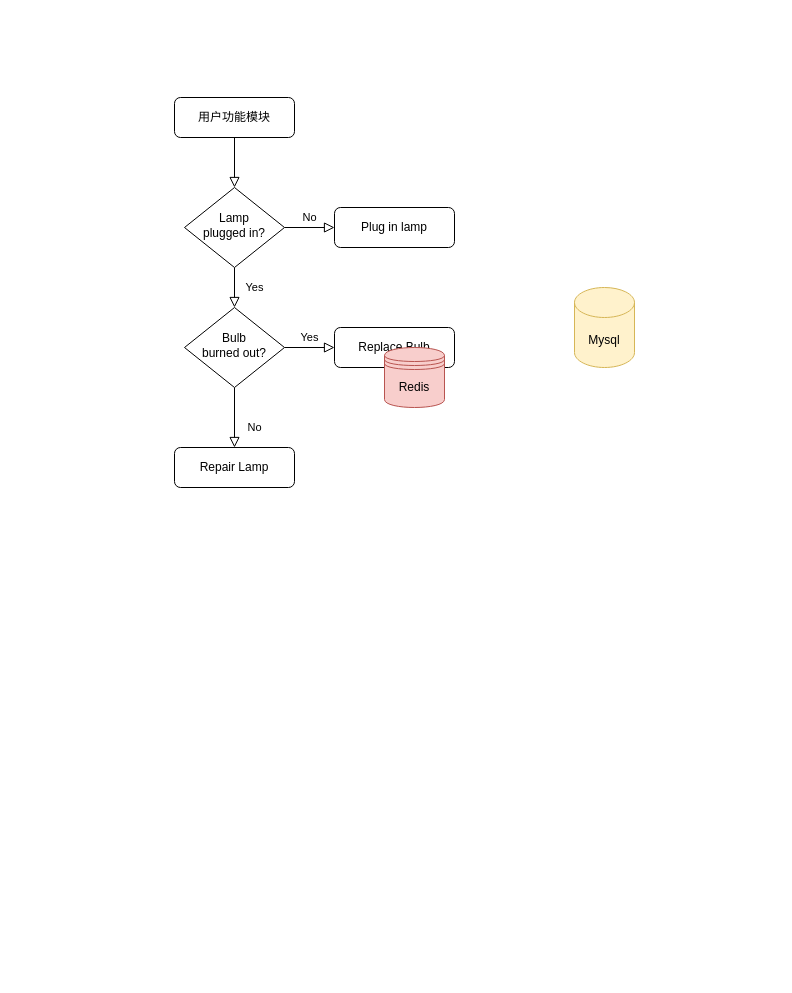
Pandaxia8/Test keeps this draw.io diagram as 短链接系统.drawio. Above is the earlier version. Source tidied: cells renumbered, new cells numbered last; positions are measured from the earlier drawing's top-left corner, leaving out a move shared by most shapes. Both pictures are drawn from the tidied source at 100%, with x=0, y=0 at pixel (174, 97).
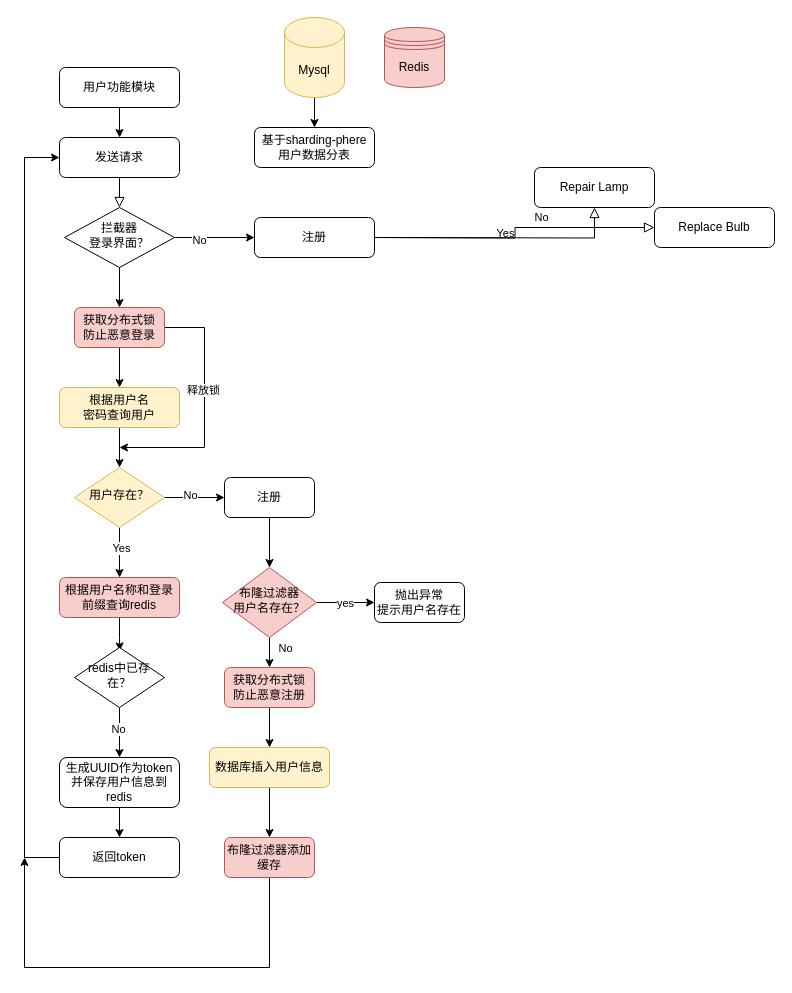
After the change.

Commit message (it also covers changes not shown here):
更新短链接系统.drawio

The edit, as a diff of the source:
```diff
@@
-    <mxCell id="3" value="用户功能模块" style="rounded=1;whiteSpace=wrap;html=1;fontSize=12;glass=0;strokeWidth=1;shadow=0;" parent="1" vertex="1">
-      <mxGeometry width="120" height="40" as="geometry" />
+    <mxCell id="3" value="发送请求" style="rounded=1;whiteSpace=wrap;html=1;fontSize=12;glass=0;strokeWidth=1;shadow=0;" parent="1" vertex="1">
+      <mxGeometry x="-115" y="40" width="120" height="40" as="geometry" />
     </mxCell>
-    <mxCell id="4" value="Yes" style="rounded=0;html=1;jettySize=auto;fontSize=11;endArrow=block;endFill=0;endSize=8;strokeWidth=1;shadow=0;labelBackgroundColor=none;edgeStyle=orthogonalEdgeStyle;" parent="1" edge="1" source="6" target="10">
-      <mxGeometry y="20" relative="1" as="geometry" />
-    </mxCell>
-    <mxCell id="5" value="No" style="edgeStyle=orthogonalEdgeStyle;rounded=0;html=1;jettySize=auto;fontSize=11;endArrow=block;endFill=0;endSize=8;strokeWidth=1;shadow=0;labelBackgroundColor=none;" parent="1" edge="1" source="6" target="7">
-      <mxGeometry y="10" relative="1" as="geometry" />
-    </mxCell>
+    <mxCell id="15" style="edgeStyle=orthogonalEdgeStyle;rounded=0;jettySize=auto;html=1;" parent="1" edge="1" source="6" target="38">
+      <mxGeometry relative="1" as="geometry" />
+    </mxCell>
+    <mxCell id="16" value="No" style="edgeLabel;html=1;align=center;verticalAlign=middle;" parent="15" vertex="1">
+      <mxGeometry x="-0.39" y="-2" relative="1" as="geometry" />
+    </mxCell>
+    <mxCell id="17" style="edgeStyle=orthogonalEdgeStyle;rounded=0;jettySize=auto;html=1;" parent="1" edge="1" source="6" target="50">
+      <mxGeometry relative="1" as="geometry" />
+    </mxCell>
-    <mxCell id="6" value="Lamp&lt;br&gt;plugged in?" style="rhombus;whiteSpace=wrap;html=1;shadow=0;fontFamily=Helvetica;fontSize=12;align=center;strokeWidth=1;spacing=6;spacingTop=-4;" parent="1" vertex="1">
-      <mxGeometry x="10" y="90" width="100" height="80" as="geometry" />
+    <mxCell id="6" value="拦截器&lt;br&gt;登录界面？" style="rhombus;whiteSpace=wrap;html=1;shadow=0;fontFamily=Helvetica;fontSize=12;align=center;strokeWidth=1;spacing=6;spacingTop=-4;" parent="1" vertex="1">
+      <mxGeometry x="-110" y="110" width="110" height="60" as="geometry" />
     </mxCell>
+    <mxCell id="18" style="edgeStyle=orthogonalEdgeStyle;rounded=0;jettySize=auto;html=1;" parent="1" edge="1" source="7" target="26">
+      <mxGeometry relative="1" as="geometry" />
+    </mxCell>
-    <mxCell id="7" value="Plug in lamp" style="rounded=1;whiteSpace=wrap;html=1;fontSize=12;glass=0;strokeWidth=1;shadow=0;" parent="1" vertex="1">
-      <mxGeometry x="160" y="110" width="120" height="40" as="geometry" />
+    <mxCell id="7" value="根据用户名&lt;br&gt;密码查询用户" style="rounded=1;whiteSpace=wrap;html=1;fontSize=12;glass=0;strokeWidth=1;shadow=0;fillColor=#fff2cc;strokeColor=#d6b656;" parent="1" vertex="1">
+      <mxGeometry x="-115" y="290" width="120" height="40" as="geometry" />
     </mxCell>
-    <mxCell id="8" value="No" style="rounded=0;html=1;jettySize=auto;fontSize=11;endArrow=block;endFill=0;endSize=8;strokeWidth=1;shadow=0;labelBackgroundColor=none;edgeStyle=orthogonalEdgeStyle;" parent="1" edge="1" source="10" target="11">
-      <mxGeometry x="0.33" y="20" relative="1" as="geometry" />
+    <mxCell id="8" value="No" style="rounded=0;html=1;jettySize=auto;fontSize=11;endArrow=block;endFill=0;endSize=8;strokeWidth=1;shadow=0;labelBackgroundColor=none;edgeStyle=orthogonalEdgeStyle;" parent="1" edge="1" target="11">
+      <mxGeometry x="0.33" y="20" relative="1" as="geometry">
+        <mxPoint x="200" y="140" as="sourcePoint" />
+      </mxGeometry>
     </mxCell>
-    <mxCell id="9" value="Yes" style="edgeStyle=orthogonalEdgeStyle;rounded=0;html=1;jettySize=auto;fontSize=11;endArrow=block;endFill=0;endSize=8;strokeWidth=1;shadow=0;labelBackgroundColor=none;" parent="1" edge="1" source="10" target="12">
-      <mxGeometry y="10" relative="1" as="geometry" />
+    <mxCell id="9" value="Yes" style="edgeStyle=orthogonalEdgeStyle;rounded=0;html=1;jettySize=auto;fontSize=11;endArrow=block;endFill=0;endSize=8;strokeWidth=1;shadow=0;labelBackgroundColor=none;" parent="1" edge="1" target="12">
+      <mxGeometry y="10" relative="1" as="geometry">
+        <mxPoint x="200" y="140" as="sourcePoint" />
+      </mxGeometry>
     </mxCell>
-    <mxCell id="10" value="Bulb&lt;br&gt;burned out?" style="rhombus;whiteSpace=wrap;html=1;shadow=0;fontFamily=Helvetica;fontSize=12;align=center;strokeWidth=1;spacing=6;spacingTop=-4;" parent="1" vertex="1">
-      <mxGeometry x="10" y="210" width="100" height="80" as="geometry" />
-    </mxCell>
     <mxCell id="11" value="Repair Lamp" style="rounded=1;whiteSpace=wrap;html=1;fontSize=12;glass=0;strokeWidth=1;shadow=0;" parent="1" vertex="1">
-      <mxGeometry y="350" width="120" height="40" as="geometry" />
+      <mxGeometry x="360" y="70" width="120" height="40" as="geometry" />
     </mxCell>
     <mxCell id="12" value="Replace Bulb" style="rounded=1;whiteSpace=wrap;html=1;fontSize=12;glass=0;strokeWidth=1;shadow=0;" parent="1" vertex="1">
-      <mxGeometry x="160" y="230" width="120" height="40" as="geometry" />
+      <mxGeometry x="480" y="110" width="120" height="40" as="geometry" />
     </mxCell>
+    <mxCell id="19" style="edgeStyle=orthogonalEdgeStyle;rounded=0;jettySize=auto;html=1;" parent="1" edge="1" source="13" target="20">
+      <mxGeometry relative="1" as="geometry" />
+    </mxCell>
     <mxCell id="13" value="Mysql" style="shape=cylinder3;whiteSpace=wrap;html=1;boundedLbl=1;backgroundOutline=1;size=15;fillColor=#fff2cc;strokeColor=#d6b656;" parent="1" vertex="1">
-      <mxGeometry x="400" y="190" width="60" height="80" as="geometry" />
+      <mxGeometry x="110" y="-80" width="60" height="80" as="geometry" />
     </mxCell>
     <mxCell id="14" value="Redis" style="shape=datastore;whiteSpace=wrap;html=1;fillColor=#f8cecc;strokeColor=#b85450;" parent="1" vertex="1">
-      <mxGeometry x="210" y="250" width="60" height="60" as="geometry" />
+      <mxGeometry x="210" y="-70" width="60" height="60" as="geometry" />
     </mxCell>
+    <mxCell id="20" value="基于sharding-phere&lt;br&gt;用户数据分表" style="whiteSpace=wrap;html=1;rounded=1;" parent="1" vertex="1">
+      <mxGeometry x="80" y="30" width="120" height="40" as="geometry" />
+    </mxCell>
+    <mxCell id="21" style="edgeStyle=orthogonalEdgeStyle;rounded=0;jettySize=auto;html=1;" parent="1" edge="1" source="22" target="3">
+      <mxGeometry relative="1" as="geometry" />
+    </mxCell>
+    <mxCell id="22" value="用户功能模块" style="rounded=1;whiteSpace=wrap;html=1;fontSize=12;glass=0;strokeWidth=1;shadow=0;" parent="1" vertex="1">
+      <mxGeometry x="-115" y="-30" width="120" height="40" as="geometry" />
+    </mxCell>
+    <mxCell id="23" style="edgeStyle=orthogonalEdgeStyle;rounded=0;jettySize=auto;html=1;entryX=0;entryY=0.5;entryDx=0;entryDy=0;exitX=1;exitY=0.5;exitDx=0;exitDy=0;" parent="1" edge="1" source="26" target="28">
+      <mxGeometry relative="1" as="geometry" />
+    </mxCell>
+    <mxCell id="24" value="No" style="edgeLabel;html=1;align=center;verticalAlign=middle;" parent="23" vertex="1">
+      <mxGeometry x="-0.16" y="3" relative="1" as="geometry" />
+    </mxCell>
+    <mxCell id="25" style="edgeStyle=orthogonalEdgeStyle;rounded=0;jettySize=auto;html=1;entryX=0.5;entryY=0;entryDx=0;entryDy=0;" parent="1" edge="1" source="26" target="30">
+      <mxGeometry relative="1" as="geometry" />
+    </mxCell>
+    <mxCell id="4" value="Yes" style="edgeLabel;html=1;align=center;verticalAlign=middle;" parent="25" vertex="1">
+      <mxGeometry x="-0.19" y="1" relative="1" as="geometry" />
+    </mxCell>
+    <mxCell id="26" value="用户存在？" style="rhombus;whiteSpace=wrap;html=1;shadow=0;fontFamily=Helvetica;fontSize=12;align=center;strokeWidth=1;spacing=6;spacingTop=-4;fillColor=#fff2cc;strokeColor=#d6b656;" parent="1" vertex="1">
+      <mxGeometry x="-100" y="370" width="90" height="60" as="geometry" />
+    </mxCell>
+    <mxCell id="27" style="edgeStyle=orthogonalEdgeStyle;rounded=0;jettySize=auto;html=1;" parent="1" edge="1" source="28" target="43">
+      <mxGeometry relative="1" as="geometry">
+        <Array as="points">
+          <mxPoint x="95" y="500" />
+          <mxPoint x="93" y="500" />
+        </Array>
+      </mxGeometry>
+    </mxCell>
+    <mxCell id="28" value="注册" style="rounded=1;whiteSpace=wrap;html=1;fontSize=12;glass=0;strokeWidth=1;shadow=0;" parent="1" vertex="1">
+      <mxGeometry x="50" y="380" width="90" height="40" as="geometry" />
+    </mxCell>
+    <mxCell id="29" style="edgeStyle=orthogonalEdgeStyle;rounded=0;jettySize=auto;html=1;entryX=0.503;entryY=0.057;entryDx=0;entryDy=0;entryPerimeter=0;" parent="1" edge="1" source="30" target="33">
+      <mxGeometry relative="1" as="geometry" />
+    </mxCell>
+    <mxCell id="30" value="根据用户名称和登录前缀查询redis" style="rounded=1;whiteSpace=wrap;html=1;fontSize=12;glass=0;strokeWidth=1;shadow=0;fillColor=#f8cecc;strokeColor=#b85450;" parent="1" vertex="1">
+      <mxGeometry x="-115" y="480" width="120" height="40" as="geometry" />
+    </mxCell>
+    <mxCell id="31" style="edgeStyle=orthogonalEdgeStyle;rounded=0;jettySize=auto;html=1;" parent="1" edge="1" source="33" target="35">
+      <mxGeometry relative="1" as="geometry" />
+    </mxCell>
+    <mxCell id="32" value="No" style="edgeLabel;html=1;align=center;verticalAlign=middle;" parent="31" vertex="1">
+      <mxGeometry x="-0.17" y="-2" relative="1" as="geometry" />
+    </mxCell>
+    <mxCell id="33" value="redis中已存在？" style="rhombus;whiteSpace=wrap;html=1;shadow=0;fontFamily=Helvetica;fontSize=12;align=center;strokeWidth=1;spacing=6;spacingTop=-4;" parent="1" vertex="1">
+      <mxGeometry x="-100" y="550" width="90" height="60" as="geometry" />
+    </mxCell>
+    <mxCell id="34" style="edgeStyle=orthogonalEdgeStyle;rounded=0;jettySize=auto;html=1;" parent="1" edge="1" source="35" target="37">
+      <mxGeometry relative="1" as="geometry" />
+    </mxCell>
+    <mxCell id="35" value="生成UUID作为token&lt;br&gt;并保存用户信息到redis" style="rounded=1;whiteSpace=wrap;html=1;fontSize=12;glass=0;strokeWidth=1;shadow=0;" parent="1" vertex="1">
+      <mxGeometry x="-115" y="660" width="120" height="50" as="geometry" />
+    </mxCell>
+    <mxCell id="36" style="edgeStyle=orthogonalEdgeStyle;rounded=0;jettySize=auto;html=1;exitX=0;exitY=0.5;exitDx=0;exitDy=0;entryX=0;entryY=0.5;entryDx=0;entryDy=0;" parent="1" edge="1" source="37" target="3">
+      <mxGeometry relative="1" as="geometry">
+        <Array as="points">
+          <mxPoint x="-150" y="760" />
+          <mxPoint x="-150" y="60" />
+        </Array>
+      </mxGeometry>
+    </mxCell>
+    <mxCell id="37" value="返回token" style="rounded=1;whiteSpace=wrap;html=1;fontSize=12;glass=0;strokeWidth=1;shadow=0;" parent="1" vertex="1">
+      <mxGeometry x="-115" y="740" width="120" height="40" as="geometry" />
+    </mxCell>
+    <mxCell id="38" value="注册" style="rounded=1;whiteSpace=wrap;html=1;fontSize=12;glass=0;strokeWidth=1;shadow=0;" parent="1" vertex="1">
+      <mxGeometry x="80" y="120" width="120" height="40" as="geometry" />
+    </mxCell>
+    <mxCell id="39" style="edgeStyle=orthogonalEdgeStyle;rounded=0;jettySize=auto;html=1;" parent="1" edge="1" source="43" target="44">
+      <mxGeometry relative="1" as="geometry" />
+    </mxCell>
+    <mxCell id="40" value="yes" style="edgeLabel;html=1;align=center;verticalAlign=middle;" parent="39" vertex="1">
+      <mxGeometry x="-0.47" y="2" relative="1" as="geometry">
+        <mxPoint x="13" y="2" as="offset" />
+      </mxGeometry>
+    </mxCell>
+    <mxCell id="41" style="edgeStyle=orthogonalEdgeStyle;rounded=0;jettySize=auto;html=1;" parent="1" edge="1" source="43" target="46">
+      <mxGeometry relative="1" as="geometry" />
+    </mxCell>
+    <mxCell id="42" value="No" style="edgeLabel;html=1;align=center;verticalAlign=middle;" parent="41" vertex="1">
+      <mxGeometry x="0.33" y="-1" relative="1" as="geometry">
+        <mxPoint x="16" y="-3" as="offset" />
+      </mxGeometry>
+    </mxCell>
+    <mxCell id="43" value="布隆过滤器&lt;br&gt;用户名存在？" style="rhombus;whiteSpace=wrap;html=1;shadow=0;fontFamily=Helvetica;fontSize=12;align=center;strokeWidth=1;spacing=6;spacingTop=-4;fillColor=#f8cecc;strokeColor=#b85450;" parent="1" vertex="1">
+      <mxGeometry x="48" y="470" width="94" height="70" as="geometry" />
+    </mxCell>
+    <mxCell id="44" value="抛出异常&lt;br&gt;提示用户名存在" style="rounded=1;whiteSpace=wrap;html=1;fontSize=12;glass=0;strokeWidth=1;shadow=0;" parent="1" vertex="1">
+      <mxGeometry x="200" y="485" width="90" height="40" as="geometry" />
+    </mxCell>
+    <mxCell id="45" style="edgeStyle=orthogonalEdgeStyle;rounded=0;jettySize=auto;html=1;" parent="1" edge="1" source="46" target="52">
+      <mxGeometry relative="1" as="geometry" />
+    </mxCell>
+    <mxCell id="46" value="获取分布式锁&lt;br&gt;防止恶意注册" style="rounded=1;whiteSpace=wrap;html=1;fontSize=12;glass=0;strokeWidth=1;shadow=0;fillColor=#f8cecc;strokeColor=#b85450;" parent="1" vertex="1">
+      <mxGeometry x="50" y="570" width="90" height="40" as="geometry" />
+    </mxCell>
+    <mxCell id="47" style="edgeStyle=orthogonalEdgeStyle;rounded=0;jettySize=auto;html=1;" parent="1" edge="1" source="50" target="7">
+      <mxGeometry relative="1" as="geometry" />
+    </mxCell>
+    <mxCell id="48" style="edgeStyle=orthogonalEdgeStyle;rounded=0;jettySize=auto;html=1;exitX=1;exitY=0.5;exitDx=0;exitDy=0;" parent="1" edge="1" source="50">
+      <mxGeometry relative="1" as="geometry">
+        <mxPoint x="-55" y="350" as="targetPoint" />
+        <Array as="points">
+          <mxPoint x="30" y="230" />
+          <mxPoint x="30" y="350" />
+        </Array>
+      </mxGeometry>
+    </mxCell>
+    <mxCell id="49" value="释放锁" style="edgeLabel;html=1;align=center;verticalAlign=middle;" parent="48" vertex="1">
+      <mxGeometry x="-0.17" y="-2" relative="1" as="geometry" />
+    </mxCell>
+    <mxCell id="50" value="获取分布式锁&lt;br&gt;防止恶意登录" style="rounded=1;whiteSpace=wrap;html=1;fontSize=12;glass=0;strokeWidth=1;shadow=0;fillColor=#f8cecc;strokeColor=#b85450;" parent="1" vertex="1">
+      <mxGeometry x="-100" y="210" width="90" height="40" as="geometry" />
+    </mxCell>
+    <mxCell id="51" style="edgeStyle=orthogonalEdgeStyle;rounded=0;jettySize=auto;html=1;" parent="1" edge="1" source="52" target="54">
+      <mxGeometry relative="1" as="geometry" />
+    </mxCell>
+    <mxCell id="52" value="数据库插入用户信息" style="rounded=1;whiteSpace=wrap;html=1;fontSize=12;glass=0;strokeWidth=1;shadow=0;fillColor=#fff2cc;strokeColor=#d6b656;" parent="1" vertex="1">
+      <mxGeometry x="35" y="650" width="120" height="40" as="geometry" />
+    </mxCell>
+    <mxCell id="53" style="edgeStyle=orthogonalEdgeStyle;rounded=0;jettySize=auto;html=1;exitX=0.5;exitY=1;exitDx=0;exitDy=0;" parent="1" edge="1" source="54">
+      <mxGeometry relative="1" as="geometry">
+        <mxPoint x="-150" y="760" as="targetPoint" />
+        <Array as="points">
+          <mxPoint x="95" y="870" />
+          <mxPoint x="-150" y="870" />
+        </Array>
+      </mxGeometry>
+    </mxCell>
+    <mxCell id="54" value="布隆过滤器添加缓存" style="rounded=1;whiteSpace=wrap;html=1;fontSize=12;glass=0;strokeWidth=1;shadow=0;fillColor=#f8cecc;strokeColor=#b85450;" parent="1" vertex="1">
+      <mxGeometry x="50" y="740" width="90" height="40" as="geometry" />
+    </mxCell>
```
